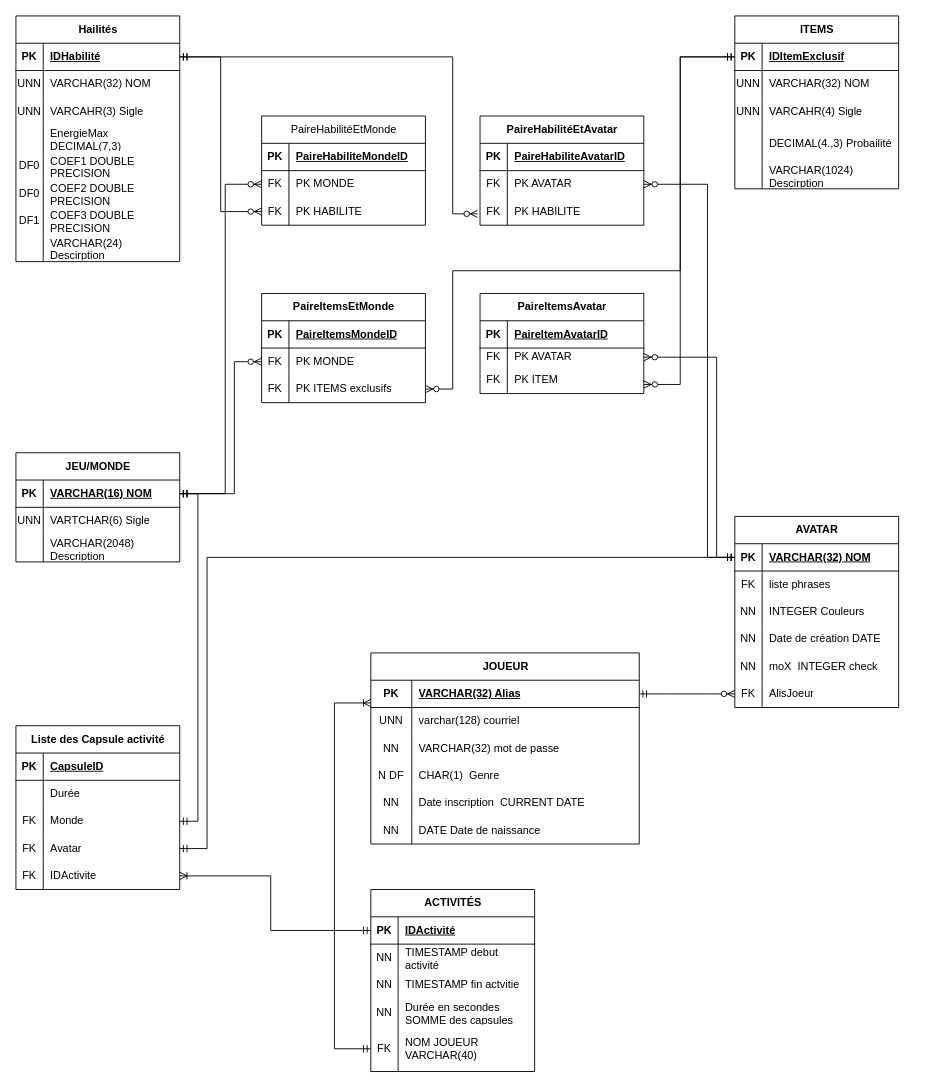
Above: SQL_Diagram.drawio in GabYrrog/SQL-Projet1 (draw.io), before the change. Source tidied: cells renumbered, new cells numbered last; positions are measured from the earlier drawing's top-left corner, leaving out a move shared by most shapes. Both pictures are drawn from the tidied source at 91%, with x=0, y=0 at pixel (15, 15).
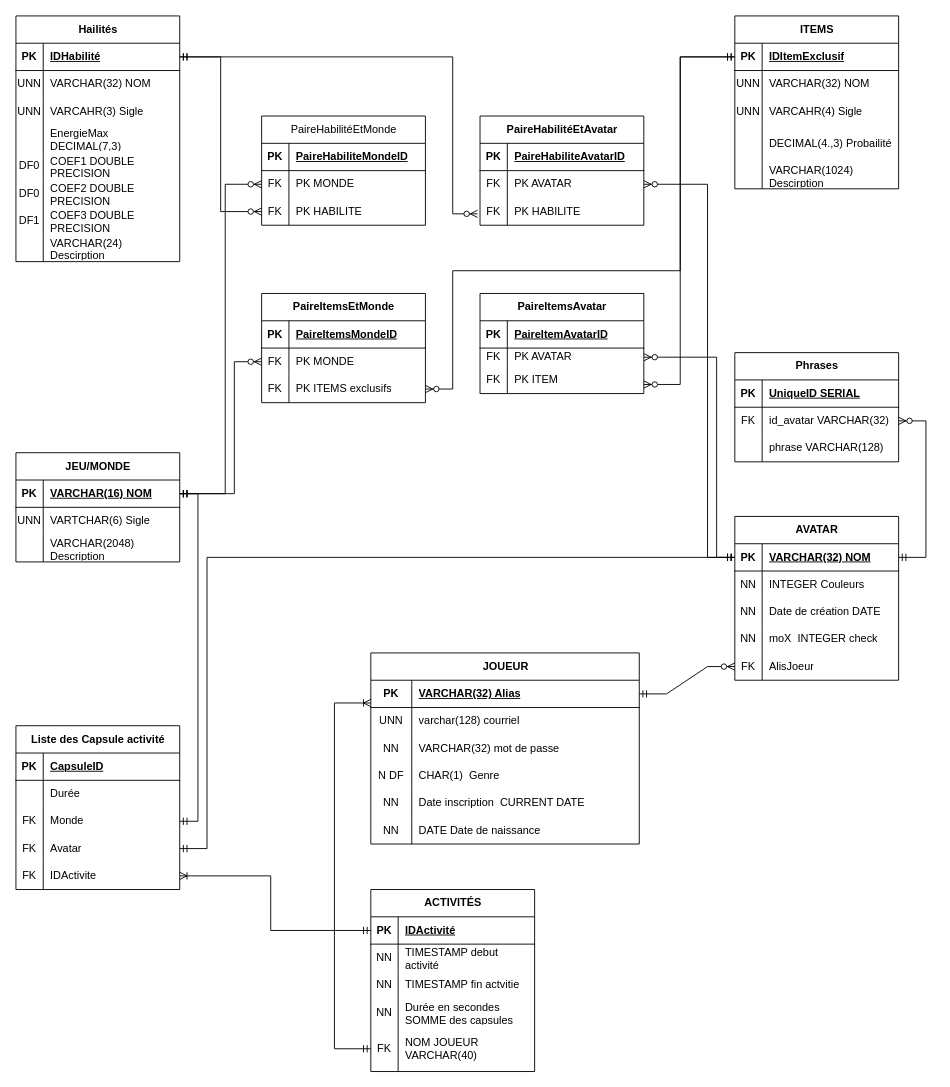
The same page after the edit.

Commit message (it also covers changes not shown here):
diagram update2 and init creation table

The change refers to these unchanged cells:
```xml
<mxCell id="32" style="shape=tableRow;horizontal=0;startSize=0;swimlaneHead=0;swimlaneBody=0;fillColor=none;points=[[0,0.5],[1,0.5]];portConstraint=eastwest;top=0;left=0;right=0;bottom=1;" parent="31" vertex="1">
  <mxGeometry y="30" width="180" height="30" as="geometry" />
</mxCell>
```

Diff of the diagram source:
```diff
@@
     <mxCell id="31" value="AVATAR" style="shape=table;startSize=30;childLayout=tableLayout;rowLines=0;fontStyle=1;align=center;html=1;" parent="1" vertex="1">
-      <mxGeometry x="790" y="550" width="180" height="210" as="geometry" />
+      <mxGeometry x="790" y="550" width="180" height="180" as="geometry" />
     </mxCell>
@@
-    <mxCell id="35" style="shape=tableRow;horizontal=0;startSize=0;swimlaneHead=0;swimlaneBody=0;fillColor=none;points=[[0,0.5],[1,0.5]];portConstraint=eastwest;top=0;left=0;right=0;bottom=0;" parent="31" vertex="1">
-      <mxGeometry y="60" width="180" height="30" as="geometry" />
-    </mxCell>
-    <mxCell id="36" value="FK" style="shape=partialRectangle;fillColor=none;top=0;left=0;bottom=0;right=0;overflow=hidden;whiteSpace=wrap;html=1;" parent="35" vertex="1">
-      <mxGeometry width="30" height="30" as="geometry" />
-    </mxCell>
-    <mxCell id="37" value="liste phrases" style="shape=partialRectangle;fillColor=none;top=0;left=0;bottom=0;right=0;align=left;spacingLeft=6;overflow=hidden;whiteSpace=wrap;html=1;" parent="35" vertex="1">
-      <mxGeometry x="30" width="150" height="30" as="geometry" />
-    </mxCell>
     <mxCell id="38" style="shape=tableRow;horizontal=0;startSize=0;swimlaneHead=0;swimlaneBody=0;fillColor=none;top=0;left=0;right=0;bottom=0;" parent="31" vertex="1">
-      <mxGeometry y="90" width="180" height="30" as="geometry" />
+      <mxGeometry y="60" width="180" height="30" as="geometry" />
     </mxCell>
@@
     <mxCell id="41" style="shape=tableRow;horizontal=0;startSize=0;swimlaneHead=0;swimlaneBody=0;fillColor=none;top=0;left=0;right=0;bottom=0;" parent="31" vertex="1">
-      <mxGeometry y="120" width="180" height="30" as="geometry" />
+      <mxGeometry y="90" width="180" height="30" as="geometry" />
     </mxCell>
@@
     <mxCell id="44" style="shape=tableRow;horizontal=0;startSize=0;swimlaneHead=0;swimlaneBody=0;fillColor=none;top=0;left=0;right=0;bottom=0;" parent="31" vertex="1">
-      <mxGeometry y="150" width="180" height="30" as="geometry" />
+      <mxGeometry y="120" width="180" height="30" as="geometry" />
     </mxCell>
@@
     <mxCell id="47" style="shape=tableRow;horizontal=0;startSize=0;swimlaneHead=0;swimlaneBody=0;fillColor=none;points=[[0,0.5],[1,0.5]];portConstraint=eastwest;top=0;left=0;right=0;bottom=0;" parent="31" vertex="1">
-      <mxGeometry y="180" width="180" height="30" as="geometry" />
+      <mxGeometry y="150" width="180" height="30" as="geometry" />
     </mxCell>
@@
+    <mxCell id="176" value="Phrases" style="shape=table;startSize=30;childLayout=tableLayout;rowLines=0;fontStyle=1;align=center;html=1;" parent="1" vertex="1">
+      <mxGeometry x="790" y="370" width="180" height="120" as="geometry" />
+    </mxCell>
+    <mxCell id="177" style="shape=tableRow;horizontal=0;startSize=0;swimlaneHead=0;swimlaneBody=0;fillColor=none;top=0;left=0;right=0;bottom=1;" parent="176" vertex="1">
+      <mxGeometry y="30" width="180" height="30" as="geometry" />
+    </mxCell>
+    <mxCell id="178" value="PK" style="shape=partialRectangle;fillColor=none;top=0;left=0;bottom=0;right=0;fontStyle=1;overflow=hidden;whiteSpace=wrap;html=1;" parent="177" vertex="1">
+      <mxGeometry width="30" height="30" as="geometry" />
+    </mxCell>
+    <mxCell id="179" value="UniqueID SERIAL" style="shape=partialRectangle;fillColor=none;top=0;left=0;bottom=0;right=0;align=left;spacingLeft=6;fontStyle=5;overflow=hidden;whiteSpace=wrap;html=1;" parent="177" vertex="1">
+      <mxGeometry x="30" width="150" height="30" as="geometry" />
+    </mxCell>
+    <mxCell id="35" style="shape=tableRow;horizontal=0;startSize=0;swimlaneHead=0;swimlaneBody=0;fillColor=none;points=[[0,0.5],[1,0.5]];portConstraint=eastwest;top=0;left=0;right=0;bottom=0;" parent="176" vertex="1">
+      <mxGeometry y="60" width="180" height="30" as="geometry" />
+    </mxCell>
+    <mxCell id="36" value="FK" style="shape=partialRectangle;fillColor=none;top=0;left=0;bottom=0;right=0;overflow=hidden;whiteSpace=wrap;html=1;" parent="35" vertex="1">
+      <mxGeometry width="30" height="30" as="geometry" />
+    </mxCell>
+    <mxCell id="180" value="&lt;div&gt;id_avatar VARCHAR(32)&lt;/div&gt;" style="shape=partialRectangle;fillColor=none;top=0;left=0;bottom=0;right=0;align=left;spacingLeft=6;overflow=hidden;whiteSpace=wrap;html=1;" parent="35" vertex="1">
+      <mxGeometry x="30" width="150" height="30" as="geometry" />
+    </mxCell>
+    <mxCell id="181" style="shape=tableRow;horizontal=0;startSize=0;swimlaneHead=0;swimlaneBody=0;fillColor=none;top=0;left=0;right=0;bottom=0;" parent="176" vertex="1">
+      <mxGeometry y="90" width="180" height="30" as="geometry" />
+    </mxCell>
+    <mxCell id="182" style="shape=partialRectangle;fillColor=none;top=0;left=0;bottom=0;right=0;overflow=hidden;whiteSpace=wrap;html=1;" parent="181" vertex="1">
+      <mxGeometry width="30" height="30" as="geometry" />
+    </mxCell>
+    <mxCell id="183" value="phrase VARCHAR(128)" style="shape=partialRectangle;fillColor=none;top=0;left=0;bottom=0;right=0;align=left;spacingLeft=6;overflow=hidden;whiteSpace=wrap;html=1;" parent="181" vertex="1">
+      <mxGeometry x="30" width="150" height="30" as="geometry" />
+    </mxCell>
+    <mxCell id="184" style="edgeStyle=entityRelationEdgeStyle;fontSize=12;html=1;endArrow=ERzeroToMany;startArrow=ERmandOne;rounded=0;" parent="1" edge="1" source="32" target="35">
+      <mxGeometry relative="1" as="geometry" />
+    </mxCell>
```
